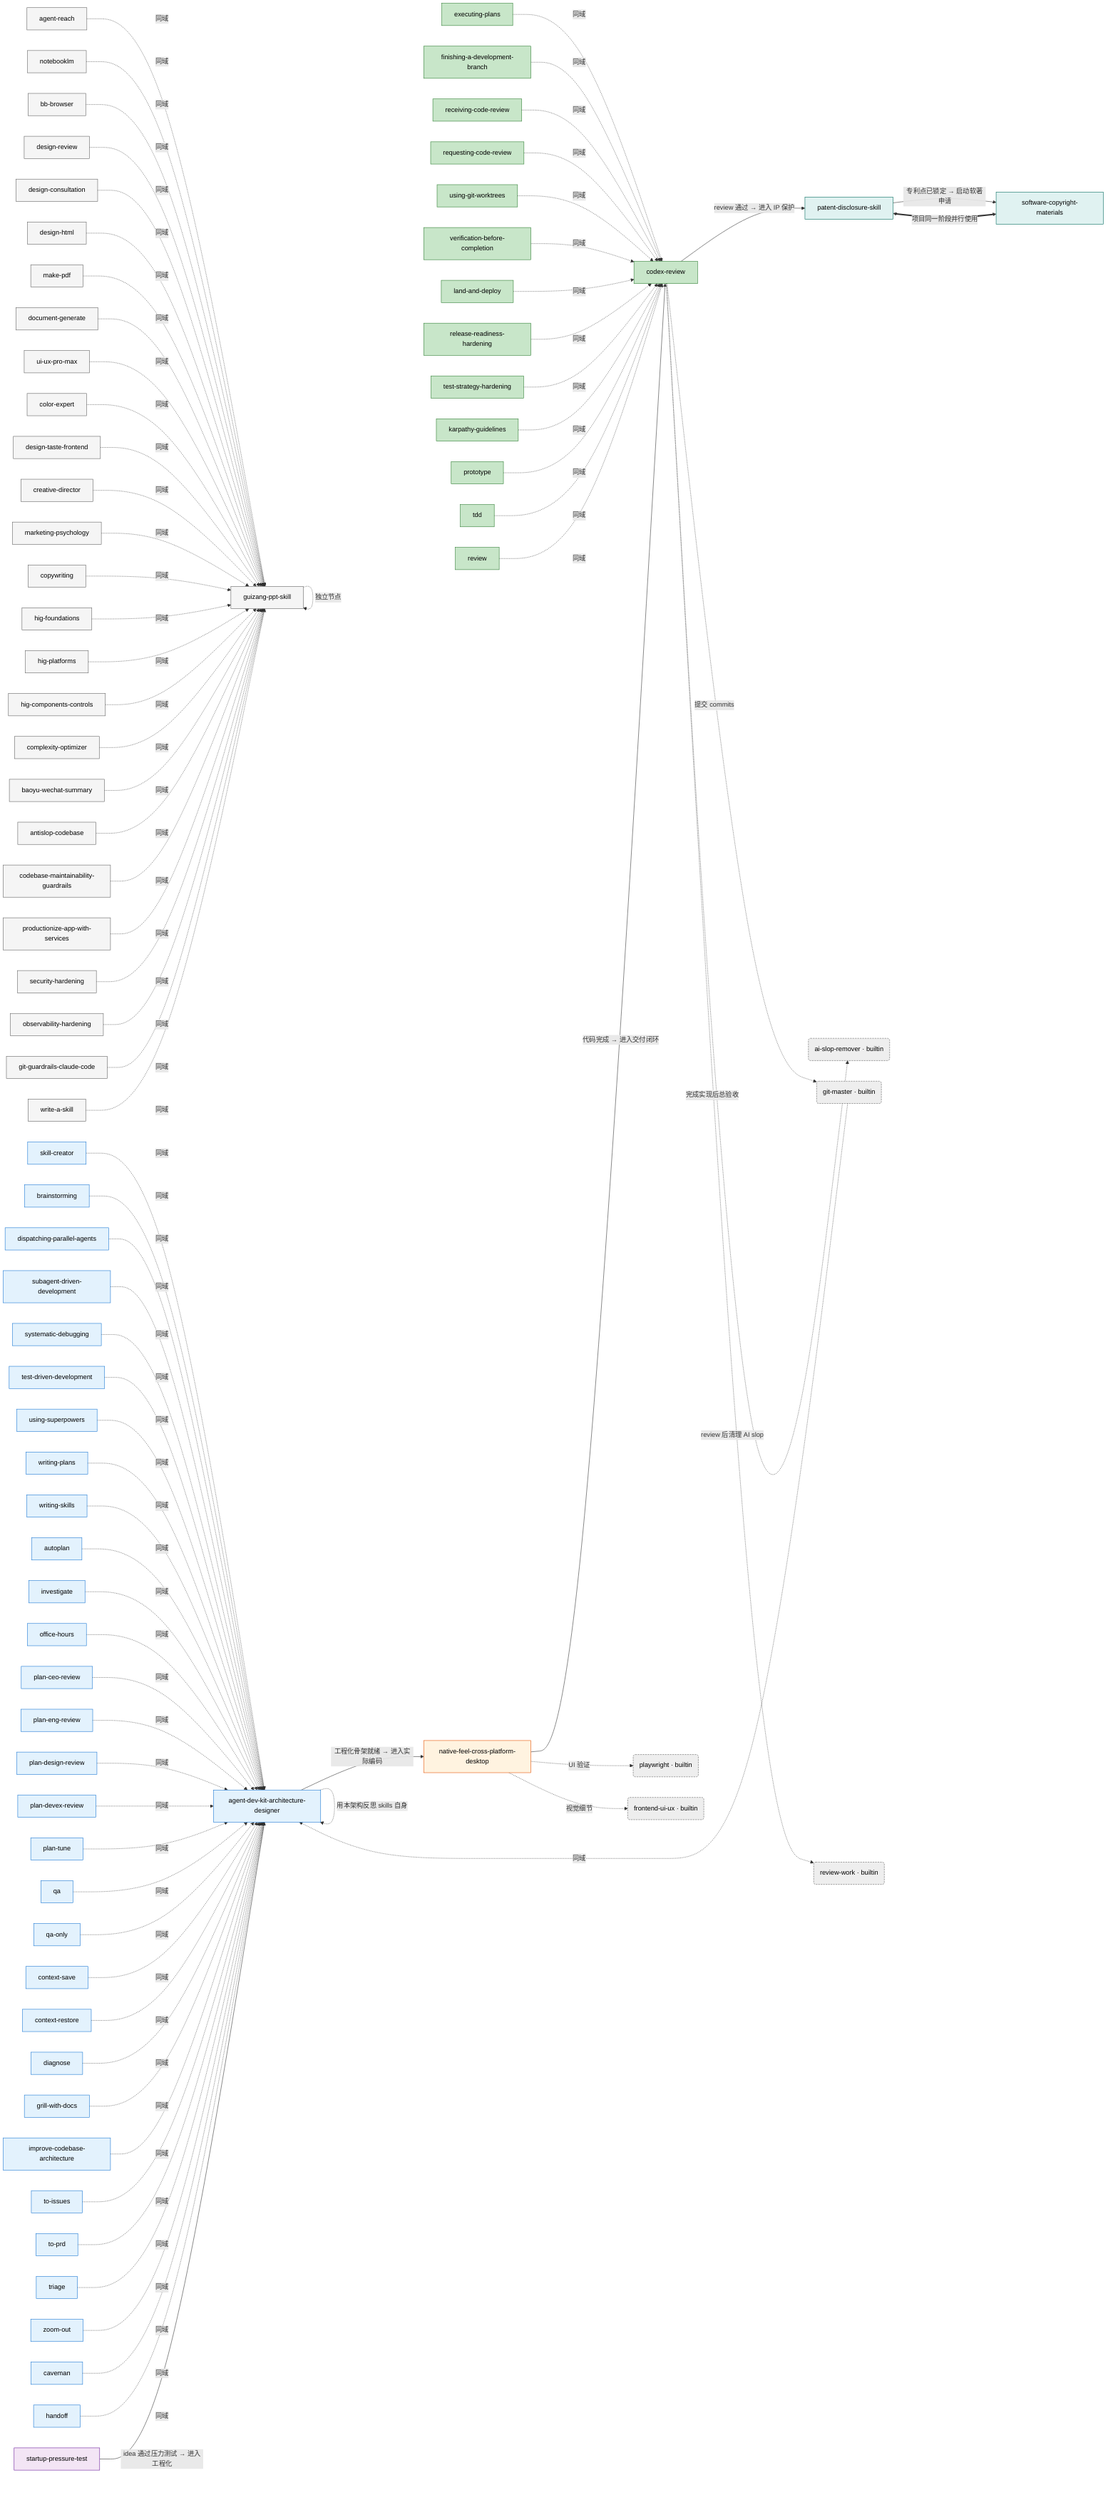
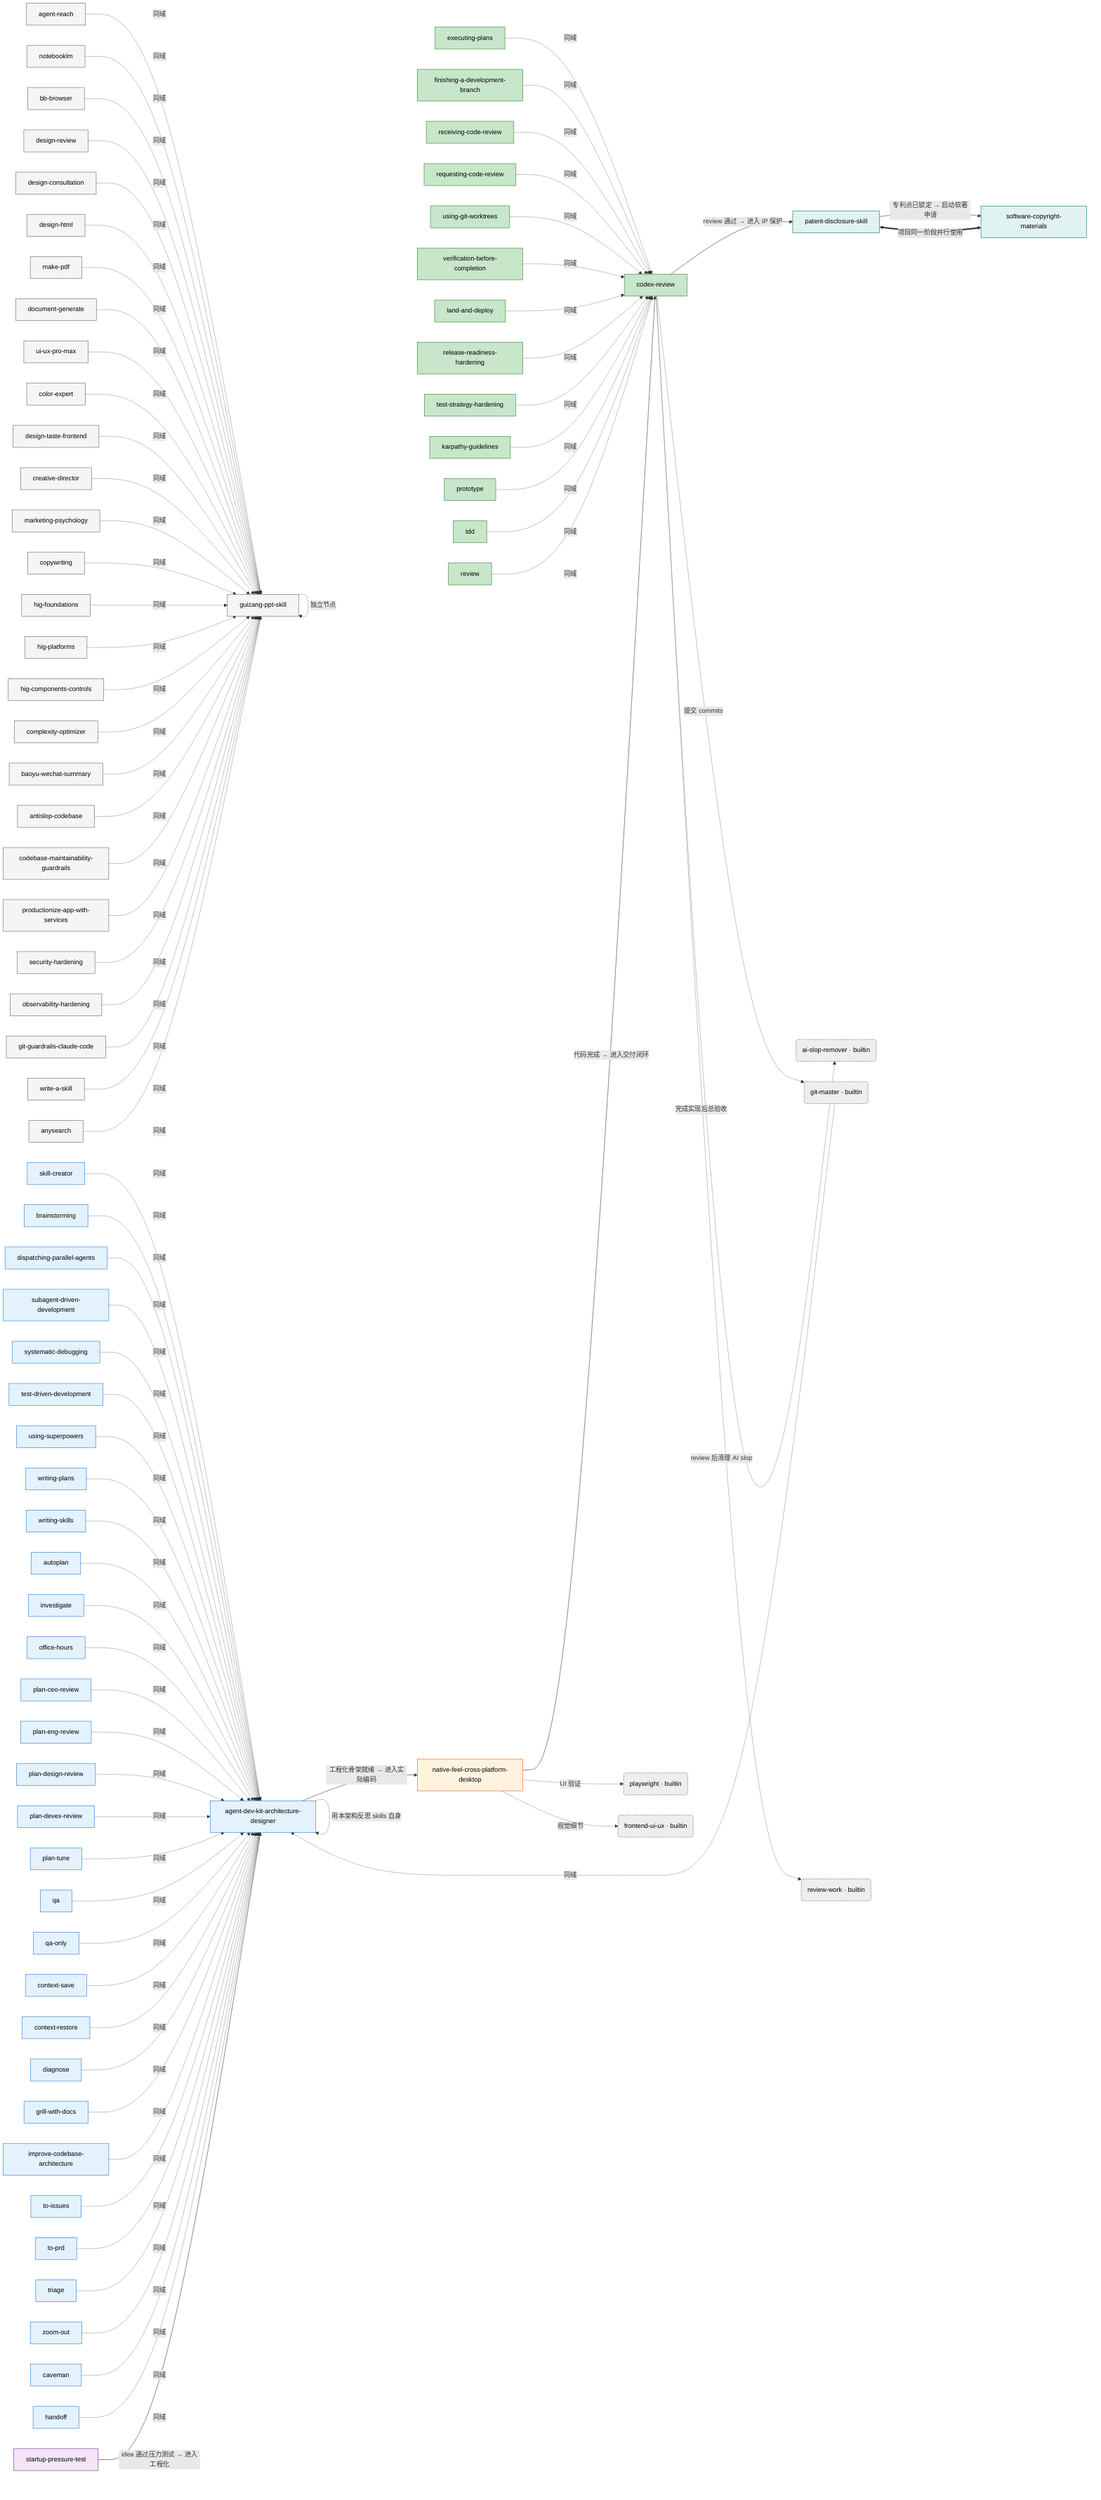
flowchart LR
    %% Class definitions for color coding
    classDef metaDomain fill:#e3f2fd,stroke:#1976d2,color:#000
    classDef closeoutDomain fill:#c8e6c9,stroke:#2e7d32,color:#000
    classDef desktopDomain fill:#fff3e0,stroke:#e65100,color:#000
    classDef founderDomain fill:#f3e5f5,stroke:#6a1b9a,color:#000
    classDef ipDomain fill:#e0f2f1,stroke:#00695c,color:#000
    classDef builtin fill:#eeeeee,stroke:#616161,color:#000,stroke-dasharray: 4 2
    classDef toolingDomain fill:#f5f5f5,stroke:#616161,color:#000

    %% Domain 1 - Meta
    ADK[agent-dev-kit-architecture-designer]:::metaDomain
    SC[skill-creator]:::metaDomain
    B[brainstorming]:::metaDomain
    DPA[dispatching-parallel-agents]:::metaDomain
    SDD[subagent-driven-development]:::metaDomain
    SD[systematic-debugging]:::metaDomain
    TDD[test-driven-development]:::metaDomain
    US[using-superpowers]:::metaDomain
    WP[writing-plans]:::metaDomain
    WS[writing-skills]:::metaDomain
    A[autoplan]:::metaDomain
    I[investigate]:::metaDomain
    OH[office-hours]:::metaDomain
    PCR[plan-ceo-review]:::metaDomain
    PER[plan-eng-review]:::metaDomain
    PDR[plan-design-review]:::metaDomain
    PDR2[plan-devex-review]:::metaDomain
    PT[plan-tune]:::metaDomain
    Q[qa]:::metaDomain
    QO[qa-only]:::metaDomain
    CS[context-save]:::metaDomain
    CR2[context-restore]:::metaDomain
    D[diagnose]:::metaDomain
    GWD[grill-with-docs]:::metaDomain
    ICA[improve-codebase-architecture]:::metaDomain
    TI[to-issues]:::metaDomain
    TP[to-prd]:::metaDomain
    T2[triage]:::metaDomain
    ZO[zoom-out]:::metaDomain
    C2[caveman]:::metaDomain
    GM[grill-me]:::metaDomain
    H[handoff]:::metaDomain

    %% Domain 2 - Closeout
    CR[codex-review]:::closeoutDomain
    EP[executing-plans]:::closeoutDomain
    FADB[finishing-a-development-branch]:::closeoutDomain
    RCR[receiving-code-review]:::closeoutDomain
    RCR2[requesting-code-review]:::closeoutDomain
    UGW[using-git-worktrees]:::closeoutDomain
    VBC[verification-before-completion]:::closeoutDomain
    LAD[land-and-deploy]:::closeoutDomain
    RRH[release-readiness-hardening]:::closeoutDomain
    TSH[test-strategy-hardening]:::closeoutDomain
    KG[karpathy-guidelines]:::closeoutDomain
    P[prototype]:::closeoutDomain
    T[tdd]:::closeoutDomain
    R[review]:::closeoutDomain

    %% Domain 3 - Desktop
    NF[native-feel-cross-platform-desktop]:::desktopDomain

    %% Domain 4 - Founder
    SPT[startup-pressure-test]:::founderDomain

    %% Domain 5 - IP
    PAT[patent-disclosure-skill]:::ipDomain
    SCS[software-copyright-materials]:::ipDomain

    %% Tooling domain

    GPS[guizang-ppt-skill]:::toolingDomain

    %% Tooling domain

    AR[agent-reach]:::toolingDomain

    %% Tooling domain

    N[notebooklm]:::toolingDomain

    %% Tooling domain

    BB[bb-browser]:::toolingDomain

    %% Tooling domain

    DR[design-review]:::toolingDomain

    %% Tooling domain

    DC[design-consultation]:::toolingDomain

    %% Tooling domain

    DH[design-html]:::toolingDomain

    %% Tooling domain

    MP[make-pdf]:::toolingDomain

    %% Tooling domain

    DG[document-generate]:::toolingDomain

    %% Tooling domain

    UUPM[ui-ux-pro-max]:::toolingDomain

    %% Tooling domain

    CE[color-expert]:::toolingDomain

    %% Tooling domain

    DTF[design-taste-frontend]:::toolingDomain

    %% Tooling domain

    CD[creative-director]:::toolingDomain

    %% Tooling domain

    MP2[marketing-psychology]:::toolingDomain

    %% Tooling domain

    C[copywriting]:::toolingDomain

    %% Tooling domain

    HF[hig-foundations]:::toolingDomain

    %% Tooling domain

    HP[hig-platforms]:::toolingDomain

    %% Tooling domain

    HCC[hig-components-controls]:::toolingDomain

    %% Tooling domain

    CO[complexity-optimizer]:::toolingDomain

    %% Tooling domain

    BWS[baoyu-wechat-summary]:::toolingDomain

    %% Tooling domain

    AC[antislop-codebase]:::toolingDomain

    %% Tooling domain

    CMG[codebase-maintainability-guardrails]:::toolingDomain

    %% Tooling domain

    PAWS[productionize-app-with-services]:::toolingDomain

    %% Tooling domain

    SH[security-hardening]:::toolingDomain

    %% Tooling domain

    OH2[observability-hardening]:::toolingDomain

    %% Tooling domain

    GGCC[git-guardrails-claude-code]:::toolingDomain

    %% Tooling domain

    WAS[write-a-skill]:::toolingDomain
+ 
+     %% Tooling domain
+ 
+     A2[anysearch]:::toolingDomain

    %% Domain 6 - Builtin (referenced for context)
    GM(git-master · builtin):::builtin
    RW(review-work · builtin):::builtin
    ASR(ai-slop-remover · builtin):::builtin
    FE(frontend-ui-ux · builtin):::builtin
    PW(playwright · builtin):::builtin
    GPS -. "独立节点" .-> GPS
    SC -. "同域" .-> ADK
    AR -. "同域" .-> GPS
    B -. "同域" .-> ADK
    DPA -. "同域" .-> ADK
    EP -. "同域" .-> CR
    FADB -. "同域" .-> CR
    RCR -. "同域" .-> CR
    RCR2 -. "同域" .-> CR
    SDD -. "同域" .-> ADK
    SD -. "同域" .-> ADK
    TDD -. "同域" .-> ADK
    UGW -. "同域" .-> CR
    US -. "同域" .-> ADK
    VBC -. "同域" .-> CR
    WP -. "同域" .-> ADK
    WS -. "同域" .-> ADK
    N -. "同域" .-> GPS
    BB -. "同域" .-> GPS
    A -. "同域" .-> ADK
    I -. "同域" .-> ADK
    LAD -. "同域" .-> CR
    OH -. "同域" .-> ADK
    PCR -. "同域" .-> ADK
    PER -. "同域" .-> ADK
    PDR -. "同域" .-> ADK
    PDR2 -. "同域" .-> ADK
    PT -. "同域" .-> ADK
    Q -. "同域" .-> ADK
    QO -. "同域" .-> ADK
    DR -. "同域" .-> GPS
    DC -. "同域" .-> GPS
    DH -. "同域" .-> GPS
    CS -. "同域" .-> ADK
    CR2 -. "同域" .-> ADK
    MP -. "同域" .-> GPS
    DG -. "同域" .-> GPS
    UUPM -. "同域" .-> GPS
    CE -. "同域" .-> GPS
    DTF -. "同域" .-> GPS
    CD -. "同域" .-> GPS
    MP2 -. "同域" .-> GPS
    C -. "同域" .-> GPS
    HF -. "同域" .-> GPS
    HP -. "同域" .-> GPS
    HCC -. "同域" .-> GPS
    CO -. "同域" .-> GPS
    BWS -. "同域" .-> GPS
    AC -. "同域" .-> GPS
    CMG -. "同域" .-> GPS
    PAWS -. "同域" .-> GPS
    SH -. "同域" .-> GPS
    OH2 -. "同域" .-> GPS
    RRH -. "同域" .-> CR
    TSH -. "同域" .-> CR
    KG -. "同域" .-> CR
    D -. "同域" .-> ADK
    GWD -. "同域" .-> ADK
    ICA -. "同域" .-> ADK
    P -. "同域" .-> CR
    T -. "同域" .-> CR
    TI -. "同域" .-> ADK
    TP -. "同域" .-> ADK
    T2 -. "同域" .-> ADK
    ZO -. "同域" .-> ADK
    R -. "同域" .-> CR
    GGCC -. "同域" .-> GPS
    C2 -. "同域" .-> ADK
    GM -. "同域" .-> ADK
    H -. "同域" .-> ADK
    WAS -. "同域" .-> GPS
+     A2 -. "同域" .-> GPS

    %% --- Lifecycle flows ---

    %% Founder lifecycle: idea -> meta-design -> code -> review -> ship -> IP
    SPT -- "idea 通过压力测试 → 进入工程化" --> ADK
    ADK -- "工程化骨架就绪 → 进入实际编码" --> NF
    NF -- "代码完成 → 进入交付闭环" --> CR
    CR -- "review 通过 → 进入 IP 保护" --> PAT
    PAT -- "专利点已锁定 → 启动软著申请" --> SCS

    %% --- Cross-domain reinforcements ---

    %% Desktop work strongly benefits from playwright (UI verification) + frontend-ui-ux
    NF -. "UI 验证" .-> PW
    NF -. "视觉细节" .-> FE

    %% Closeout chains
    CR -. "提交 commits" .-> GM
    CR -. "review 后清理 AI slop" .-> ASR
    CR -. "完成实现后总验收" .-> RW

    %% Meta-engineering applies recursively
    ADK -. "用本架构反思 skills 自身" .-> ADK

    %% IP duo internal coupling
    PAT <==> |"项目同一阶段并行使用"| SCS
